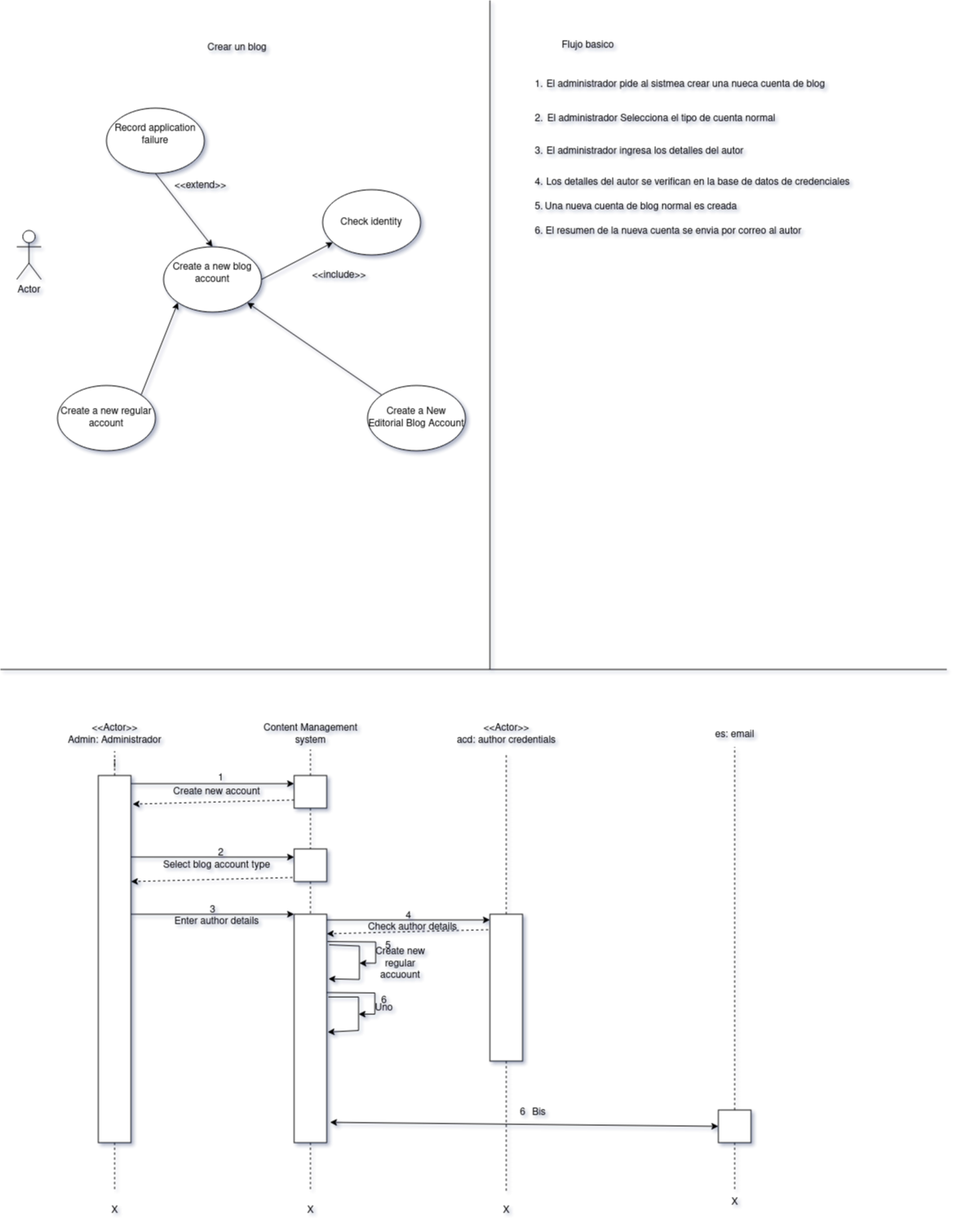
Earlier version of the draw.io export DSejemplo.drawio.png (GermanOjeda/Tarea-ETS). Source tidied: cells renumbered, new cells last; positions are measured from the earlier drawing's top-left corner, leaving out a move shared by most shapes.
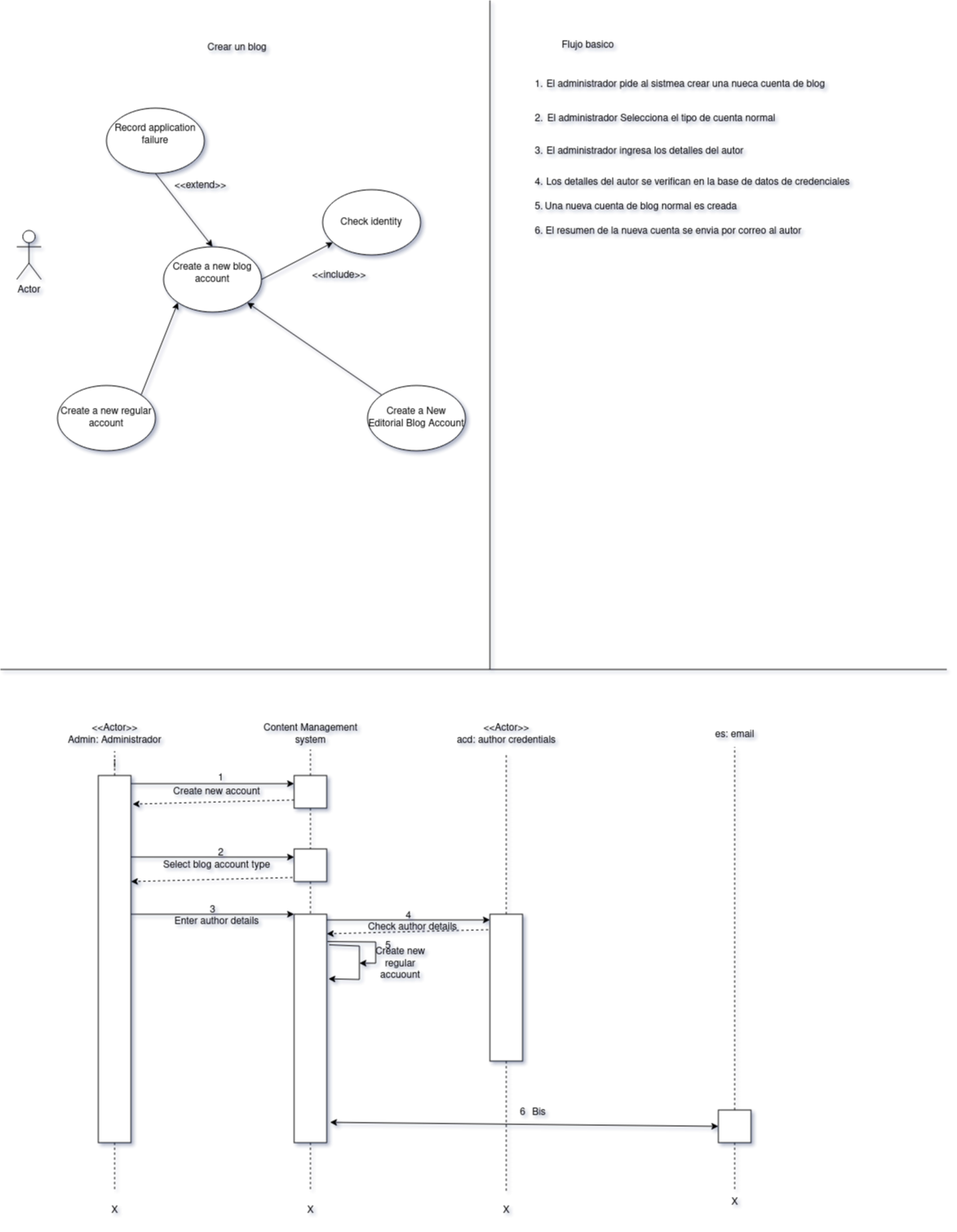
After the change.

Change to the diagram source:
```diff
@@ -217,38 +217,12 @@
         </Array>
       </mxGeometry>
     </mxCell>
-    <mxCell id="61" style="endArrow=classic;html=1;rounded=0;exitX=1.075;exitY=0.134;exitDx=0;exitDy=0;exitPerimeter=0;entryX=1.05;entryY=0.283;entryDx=0;entryDy=0;entryPerimeter=0;" parent="1" edge="1">
-      <mxGeometry relative="1" as="geometry">
-        <mxPoint x="402" y="1221.5" as="sourcePoint" />
-        <mxPoint x="401" y="1264.5" as="targetPoint" />
-        <Array as="points">
-          <mxPoint x="439" y="1221.5" />
-          <mxPoint x="439" y="1262.5" />
-        </Array>
-      </mxGeometry>
-    </mxCell>
-    <mxCell id="62" style="endArrow=classic;html=1;rounded=0;exitX=1.075;exitY=0.134;exitDx=0;exitDy=0;exitPerimeter=0;" parent="1" edge="1">
-      <mxGeometry relative="1" as="geometry">
-        <mxPoint x="400" y="1216" as="sourcePoint" />
-        <mxPoint x="439" y="1242.5" as="targetPoint" />
-        <Array as="points">
-          <mxPoint x="459" y="1216.5" />
-          <mxPoint x="459" y="1242.5" />
-        </Array>
-      </mxGeometry>
-    </mxCell>
     <mxCell id="63" value="5" style="text;html=1;align=center;verticalAlign=middle;strokeColor=none;fillColor=none;" parent="1" vertex="1">
       <mxGeometry x="460" y="1144" width="30" height="30" as="geometry" />
     </mxCell>
     <mxCell id="64" value="&lt;div&gt;Create new&lt;/div&gt;&lt;div&gt;regular&lt;/div&gt;&lt;div&gt;accuount&lt;br&gt;&lt;/div&gt;" style="text;html=1;align=center;verticalAlign=middle;strokeColor=none;fillColor=none;" parent="1" vertex="1">
       <mxGeometry x="450" y="1151" width="80" height="60" as="geometry" />
     </mxCell>
-    <mxCell id="65" value="6" style="text;html=1;align=center;verticalAlign=middle;strokeColor=none;fillColor=none;" parent="1" vertex="1">
-      <mxGeometry x="455" y="1211" width="30" height="30" as="geometry" />
-    </mxCell>
-    <mxCell id="66" value="Uno" style="text;html=1;align=center;verticalAlign=middle;strokeColor=none;fillColor=none;" parent="1" vertex="1">
-      <mxGeometry x="445" y="1220" width="50" height="30" as="geometry" />
-    </mxCell>
     <mxCell id="67" value="&lt;div&gt;es: email&lt;/div&gt;" style="text;html=1;align=center;verticalAlign=middle;points=[];strokeColor=none;fillColor=none;" parent="1" vertex="1">
       <mxGeometry x="865" y="885" width="70" height="30" as="geometry" />
     </mxCell>
```
